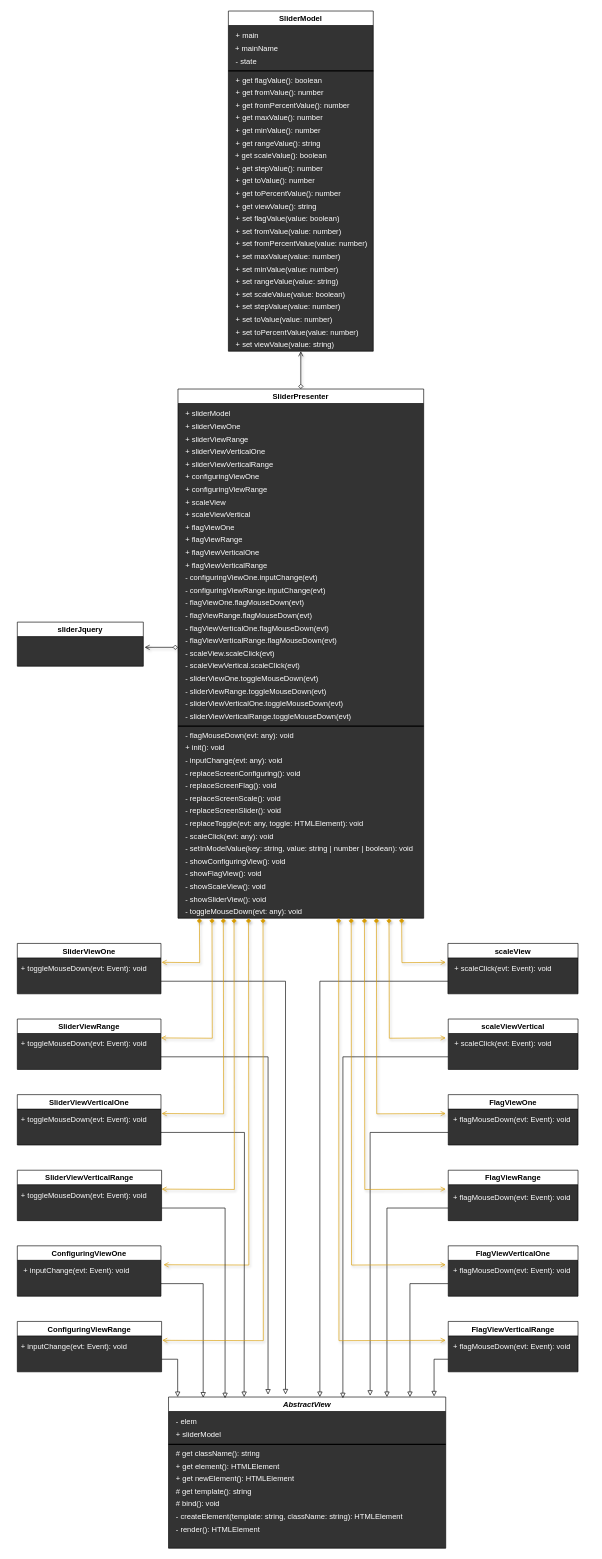
Before: UML.drawio in webproject67/Slider, a draw.io diagram. Source tidied: cells renumbered, new cells numbered last; positions are measured from the earlier drawing's top-left corner, leaving out a move shared by most shapes. Both pictures are drawn from the tidied source at 63%, with x=0, y=0 at pixel (17, 11).
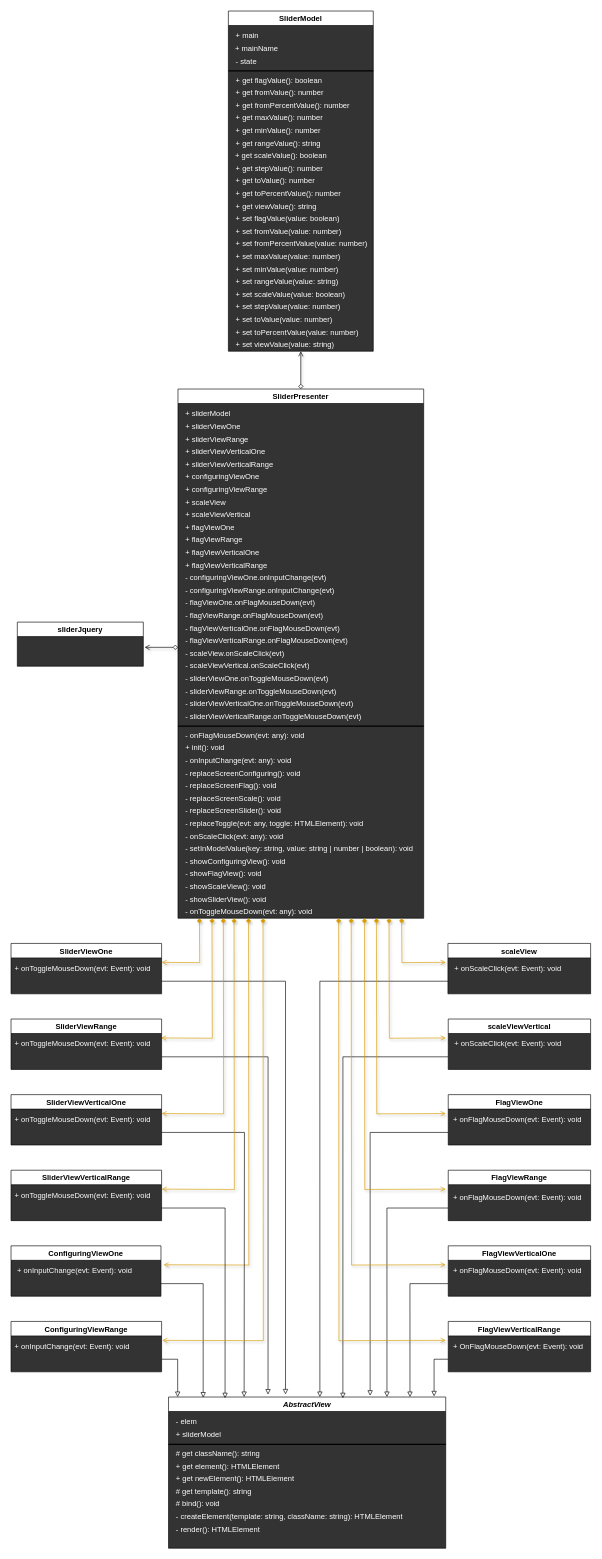
After the change.

The change refers to these unchanged cells:
```xml
<mxCell id="46" value="SliderPresenter" style="swimlane;swimlaneFillColor=#333333;" parent="1" vertex="1">
  <mxGeometry x="255" y="600" width="390" height="840" as="geometry" />
</mxCell>
```

What changed in the source:
```diff
@@
     <mxCell id="43" value="SliderViewOne" style="swimlane;swimlaneFillColor=#333333;" parent="1" vertex="1">
-      <mxGeometry y="1480" width="228" height="80" as="geometry" />
+      <mxGeometry x="-10" y="1480" width="239" height="80" as="geometry" />
     </mxCell>
@@
-    <mxCell id="45" value="&lt;div style=&quot;line-height: 19px&quot;&gt;&lt;font style=&quot;font-size: 12px&quot; color=&quot;#ffffff&quot;&gt;+ toggleMouseDown(evt: Event): void&lt;/font&gt;&lt;/div&gt;" style="text;html=1;align=left;verticalAlign=middle;" parent="43" vertex="1">
-      <mxGeometry x="4" y="30" width="220" height="20" as="geometry" />
+    <mxCell id="45" value="&lt;div style=&quot;line-height: 19px&quot;&gt;&lt;font style=&quot;font-size: 12px&quot; color=&quot;#ffffff&quot;&gt;+ onToggleMouseDown(evt: Event): void&lt;/font&gt;&lt;/div&gt;" style="text;html=1;align=left;verticalAlign=middle;" parent="43" vertex="1">
+      <mxGeometry x="4" y="30" width="230" height="20" as="geometry" />
     </mxCell>
@@
-    <mxCell id="65" value="&lt;div style=&quot;line-height: 19px&quot;&gt;&lt;font style=&quot;font-size: 12px&quot; color=&quot;#ffffff&quot;&gt;- sliderViewOne.toggleMouseDown(evt)&lt;/font&gt;&lt;/div&gt;" style="text;html=1;align=left;verticalAlign=middle;" parent="46" vertex="1">
-      <mxGeometry x="10" y="450" width="230" height="20" as="geometry" />
+    <mxCell id="65" value="&lt;div style=&quot;line-height: 19px&quot;&gt;&lt;font style=&quot;font-size: 12px&quot; color=&quot;#ffffff&quot;&gt;- sliderViewOne.onToggleMouseDown(evt)&lt;/font&gt;&lt;/div&gt;" style="text;html=1;align=left;verticalAlign=middle;" parent="46" vertex="1">
+      <mxGeometry x="10" y="450" width="240" height="20" as="geometry" />
     </mxCell>
-    <mxCell id="66" value="&lt;div style=&quot;line-height: 19px&quot;&gt;&lt;font style=&quot;font-size: 12px&quot; color=&quot;#ffffff&quot;&gt;- sliderViewRange.toggleMouseDown(evt)&lt;/font&gt;&lt;/div&gt;" style="text;html=1;align=left;verticalAlign=middle;" parent="46" vertex="1">
-      <mxGeometry x="10" y="470" width="240" height="20" as="geometry" />
+    <mxCell id="66" value="&lt;div style=&quot;line-height: 19px&quot;&gt;&lt;font style=&quot;font-size: 12px&quot; color=&quot;#ffffff&quot;&gt;- sliderViewRange.onToggleMouseDown(evt)&lt;/font&gt;&lt;/div&gt;" style="text;html=1;align=left;verticalAlign=middle;" parent="46" vertex="1">
+      <mxGeometry x="10" y="470" width="260" height="20" as="geometry" />
     </mxCell>
-    <mxCell id="67" value="&lt;div style=&quot;line-height: 19px&quot;&gt;&lt;font style=&quot;font-size: 12px&quot; color=&quot;#ffffff&quot;&gt;- sliderViewVerticalRange.toggleMouseDown(evt)&lt;/font&gt;&lt;/div&gt;" style="text;html=1;align=left;verticalAlign=middle;" parent="46" vertex="1">
-      <mxGeometry x="10" y="510" width="280" height="20" as="geometry" />
+    <mxCell id="67" value="&lt;div style=&quot;line-height: 19px&quot;&gt;&lt;font style=&quot;font-size: 12px&quot; color=&quot;#ffffff&quot;&gt;- sliderViewVerticalRange.onToggleMouseDown(evt)&lt;/font&gt;&lt;/div&gt;" style="text;html=1;align=left;verticalAlign=middle;" parent="46" vertex="1">
+      <mxGeometry x="10" y="510" width="290" height="20" as="geometry" />
     </mxCell>
-    <mxCell id="68" value="&lt;div style=&quot;line-height: 19px&quot;&gt;&lt;font style=&quot;font-size: 12px&quot; color=&quot;#ffffff&quot;&gt;- sliderViewVerticalOne.toggleMouseDown(evt)&lt;/font&gt;&lt;/div&gt;" style="text;html=1;align=left;verticalAlign=middle;" parent="46" vertex="1">
-      <mxGeometry x="10" y="490" width="270" height="20" as="geometry" />
+    <mxCell id="68" value="&lt;div style=&quot;line-height: 19px&quot;&gt;&lt;font style=&quot;font-size: 12px&quot; color=&quot;#ffffff&quot;&gt;- sliderViewVerticalOne.onToggleMouseDown(evt)&lt;/font&gt;&lt;/div&gt;" style="text;html=1;align=left;verticalAlign=middle;" parent="46" vertex="1">
+      <mxGeometry x="10" y="490" width="280" height="20" as="geometry" />
     </mxCell>
-    <mxCell id="69" value="&lt;div style=&quot;line-height: 19px&quot;&gt;&lt;font style=&quot;font-size: 12px&quot; color=&quot;#ffffff&quot;&gt;- configuringViewOne.inputChange(evt)&lt;/font&gt;&lt;/div&gt;" style="text;html=1;align=left;verticalAlign=middle;" parent="46" vertex="1">
-      <mxGeometry x="10" y="290" width="230" height="20" as="geometry" />
+    <mxCell id="69" value="&lt;div style=&quot;line-height: 19px&quot;&gt;&lt;font style=&quot;font-size: 12px&quot; color=&quot;#ffffff&quot;&gt;- configuringViewOne.onInputChange(evt)&lt;/font&gt;&lt;/div&gt;" style="text;html=1;align=left;verticalAlign=middle;" parent="46" vertex="1">
+      <mxGeometry x="10" y="290" width="240" height="20" as="geometry" />
     </mxCell>
-    <mxCell id="70" value="&lt;div style=&quot;line-height: 19px&quot;&gt;&lt;font style=&quot;font-size: 12px&quot; color=&quot;#ffffff&quot;&gt;- configuringViewRange.inputChange(evt)&lt;/font&gt;&lt;/div&gt;" style="text;html=1;align=left;verticalAlign=middle;" parent="46" vertex="1">
-      <mxGeometry x="10" y="310" width="240" height="20" as="geometry" />
+    <mxCell id="70" value="&lt;div style=&quot;line-height: 19px&quot;&gt;&lt;font style=&quot;font-size: 12px&quot; color=&quot;#ffffff&quot;&gt;- configuringViewRange.onInputChange(evt)&lt;/font&gt;&lt;/div&gt;" style="text;html=1;align=left;verticalAlign=middle;" parent="46" vertex="1">
+      <mxGeometry x="10" y="310" width="250" height="20" as="geometry" />
     </mxCell>
-    <mxCell id="71" value="&lt;div style=&quot;line-height: 19px&quot;&gt;&lt;font style=&quot;font-size: 12px&quot; color=&quot;#ffffff&quot;&gt;- inputChange(evt: any): void&lt;/font&gt;&lt;/div&gt;" style="text;html=1;align=left;verticalAlign=middle;" parent="46" vertex="1">
-      <mxGeometry x="10" y="580" width="170" height="20" as="geometry" />
+    <mxCell id="71" value="&lt;div style=&quot;line-height: 19px&quot;&gt;&lt;font style=&quot;font-size: 12px&quot; color=&quot;#ffffff&quot;&gt;- onInputChange(evt: any): void&lt;/font&gt;&lt;/div&gt;" style="text;html=1;align=left;verticalAlign=middle;" parent="46" vertex="1">
+      <mxGeometry x="10" y="580" width="180" height="20" as="geometry" />
     </mxCell>
-    <mxCell id="72" value="&lt;font color=&quot;#ffffff&quot;&gt;- scaleView.scaleClick(evt)&lt;/font&gt;" style="text;html=1;align=left;verticalAlign=middle;" parent="46" vertex="1">
-      <mxGeometry x="10" y="410" width="160" height="20" as="geometry" />
+    <mxCell id="72" value="&lt;font color=&quot;#ffffff&quot;&gt;- scaleView.onScaleClick(evt)&lt;/font&gt;" style="text;html=1;align=left;verticalAlign=middle;" parent="46" vertex="1">
+      <mxGeometry x="10" y="410" width="170" height="20" as="geometry" />
     </mxCell>
-    <mxCell id="73" value="&lt;font color=&quot;#ffffff&quot;&gt;- scaleViewVertical.scaleClick(evt)&lt;/font&gt;" style="text;html=1;align=left;verticalAlign=middle;" parent="46" vertex="1">
-      <mxGeometry x="10" y="430" width="200" height="20" as="geometry" />
+    <mxCell id="73" value="&lt;font color=&quot;#ffffff&quot;&gt;- scaleViewVertical.onScaleClick(evt)&lt;/font&gt;" style="text;html=1;align=left;verticalAlign=middle;" parent="46" vertex="1">
+      <mxGeometry x="10" y="430" width="210" height="20" as="geometry" />
     </mxCell>
-    <mxCell id="74" value="&lt;div style=&quot;line-height: 19px&quot;&gt;&lt;font style=&quot;font-size: 12px&quot; color=&quot;#ffffff&quot;&gt;- flagViewOne.flagMouseDown(evt)&lt;/font&gt;&lt;/div&gt;" style="text;html=1;align=left;verticalAlign=middle;" parent="46" vertex="1">
-      <mxGeometry x="10" y="330" width="200" height="20" as="geometry" />
+    <mxCell id="74" value="&lt;div style=&quot;line-height: 19px&quot;&gt;&lt;font style=&quot;font-size: 12px&quot; color=&quot;#ffffff&quot;&gt;- flagViewOne.onFlagMouseDown(evt)&lt;/font&gt;&lt;/div&gt;" style="text;html=1;align=left;verticalAlign=middle;" parent="46" vertex="1">
+      <mxGeometry x="10" y="330" width="220" height="20" as="geometry" />
     </mxCell>
-    <mxCell id="75" value="&lt;div style=&quot;line-height: 19px&quot;&gt;&lt;font style=&quot;font-size: 12px&quot; color=&quot;#ffffff&quot;&gt;- flagViewRange.flagMouseDown(evt)&lt;/font&gt;&lt;/div&gt;" style="text;html=1;align=left;verticalAlign=middle;" parent="46" vertex="1">
-      <mxGeometry x="10" y="350" width="220" height="20" as="geometry" />
+    <mxCell id="75" value="&lt;div style=&quot;line-height: 19px&quot;&gt;&lt;font style=&quot;font-size: 12px&quot; color=&quot;#ffffff&quot;&gt;- flagViewRange.onFlagMouseDown(evt)&lt;/font&gt;&lt;/div&gt;" style="text;html=1;align=left;verticalAlign=middle;" parent="46" vertex="1">
+      <mxGeometry x="10" y="350" width="230" height="20" as="geometry" />
     </mxCell>
-    <mxCell id="76" value="&lt;div style=&quot;line-height: 19px&quot;&gt;&lt;font style=&quot;font-size: 12px&quot; color=&quot;#ffffff&quot;&gt;- flagViewVerticalRange.flagMouseDown(evt)&lt;/font&gt;&lt;/div&gt;" style="text;html=1;align=left;verticalAlign=middle;" parent="46" vertex="1">
-      <mxGeometry x="10" y="390" width="260" height="20" as="geometry" />
+    <mxCell id="76" value="&lt;div style=&quot;line-height: 19px&quot;&gt;&lt;font style=&quot;font-size: 12px&quot; color=&quot;#ffffff&quot;&gt;- flagViewVerticalRange.onFlagMouseDown(evt)&lt;/font&gt;&lt;/div&gt;" style="text;html=1;align=left;verticalAlign=middle;" parent="46" vertex="1">
+      <mxGeometry x="10" y="390" width="270" height="20" as="geometry" />
     </mxCell>
-    <mxCell id="77" value="&lt;div style=&quot;line-height: 19px&quot;&gt;&lt;font style=&quot;font-size: 12px&quot; color=&quot;#ffffff&quot;&gt;- flagViewVerticalOne.flagMouseDown(evt)&lt;/font&gt;&lt;/div&gt;" style="text;html=1;align=left;verticalAlign=middle;" parent="46" vertex="1">
-      <mxGeometry x="10" y="370" width="240" height="20" as="geometry" />
+    <mxCell id="77" value="&lt;div style=&quot;line-height: 19px&quot;&gt;&lt;font style=&quot;font-size: 12px&quot; color=&quot;#ffffff&quot;&gt;- flagViewVerticalOne.onFlagMouseDown(evt)&lt;/font&gt;&lt;/div&gt;" style="text;html=1;align=left;verticalAlign=middle;" parent="46" vertex="1">
+      <mxGeometry x="10" y="370" width="260" height="20" as="geometry" />
     </mxCell>
@@
-    <mxCell id="80" value="&lt;div style=&quot;line-height: 19px&quot;&gt;&lt;font style=&quot;font-size: 12px&quot; color=&quot;#ffffff&quot;&gt;- flagMouseDown(evt: any&lt;/font&gt;&lt;span style=&quot;color: rgb(255 , 255 , 255)&quot;&gt;): void&lt;/span&gt;&lt;/div&gt;" style="text;html=1;align=left;verticalAlign=middle;" parent="46" vertex="1">
-      <mxGeometry x="10" y="540" width="190" height="20" as="geometry" />
+    <mxCell id="80" value="&lt;div style=&quot;line-height: 19px&quot;&gt;&lt;font style=&quot;font-size: 12px&quot; color=&quot;#ffffff&quot;&gt;- onFlagMouseDown(evt: any&lt;/font&gt;&lt;span style=&quot;color: rgb(255 , 255 , 255)&quot;&gt;): void&lt;/span&gt;&lt;/div&gt;" style="text;html=1;align=left;verticalAlign=middle;" parent="46" vertex="1">
+      <mxGeometry x="10" y="540" width="200" height="20" as="geometry" />
     </mxCell>
@@
-    <mxCell id="85" value="&lt;div style=&quot;line-height: 19px&quot;&gt;&lt;font style=&quot;font-size: 12px&quot; color=&quot;#ffffff&quot;&gt;- scaleClick(evt: any): void&lt;/font&gt;&lt;/div&gt;" style="text;html=1;align=left;verticalAlign=middle;" parent="46" vertex="1">
-      <mxGeometry x="10" y="700" width="160" height="20" as="geometry" />
+    <mxCell id="85" value="&lt;div style=&quot;line-height: 19px&quot;&gt;&lt;font style=&quot;font-size: 12px&quot; color=&quot;#ffffff&quot;&gt;- onScaleClick(evt: any): void&lt;/font&gt;&lt;/div&gt;" style="text;html=1;align=left;verticalAlign=middle;" parent="46" vertex="1">
+      <mxGeometry x="10" y="700" width="170" height="20" as="geometry" />
     </mxCell>
-    <mxCell id="86" value="&lt;div style=&quot;line-height: 19px&quot;&gt;&lt;font style=&quot;font-size: 12px&quot; color=&quot;#ffffff&quot;&gt;- toggleMouseDown(evt: any&lt;/font&gt;&lt;span style=&quot;color: rgb(255 , 255 , 255)&quot;&gt;): void&lt;/span&gt;&lt;/div&gt;" style="text;html=1;align=left;verticalAlign=middle;" parent="46" vertex="1">
-      <mxGeometry x="10" y="820" width="200" height="20" as="geometry" />
+    <mxCell id="86" value="&lt;div style=&quot;line-height: 19px&quot;&gt;&lt;font style=&quot;font-size: 12px&quot; color=&quot;#ffffff&quot;&gt;- onToggleMouseDown(evt: any&lt;/font&gt;&lt;span style=&quot;color: rgb(255 , 255 , 255)&quot;&gt;): void&lt;/span&gt;&lt;/div&gt;" style="text;html=1;align=left;verticalAlign=middle;" parent="46" vertex="1">
+      <mxGeometry x="10" y="820" width="220" height="20" as="geometry" />
     </mxCell>
@@
     <mxCell id="90" value="ConfiguringViewOne" style="swimlane;swimlaneFillColor=#333333;" parent="1" vertex="1">
-      <mxGeometry y="1960" width="228" height="80" as="geometry" />
+      <mxGeometry x="-10" y="1960" width="238" height="80" as="geometry" />
     </mxCell>
@@
-    <mxCell id="92" value="&lt;div style=&quot;line-height: 19px&quot;&gt;&lt;font style=&quot;font-size: 12px&quot; color=&quot;#ffffff&quot;&gt;+ inputChange(evt: Event): void&lt;/font&gt;&lt;/div&gt;" style="text;html=1;align=left;verticalAlign=middle;" parent="90" vertex="1">
-      <mxGeometry x="8" y="30" width="180" height="20" as="geometry" />
+    <mxCell id="92" value="&lt;div style=&quot;line-height: 19px&quot;&gt;&lt;font style=&quot;font-size: 12px&quot; color=&quot;#ffffff&quot;&gt;+ onInputChange(evt: Event): void&lt;/font&gt;&lt;/div&gt;" style="text;html=1;align=left;verticalAlign=middle;" parent="90" vertex="1">
+      <mxGeometry x="8" y="30" width="200" height="20" as="geometry" />
     </mxCell>
@@
     <mxCell id="95" value="scaleView" style="swimlane;swimlaneFillColor=#333333;" parent="1" vertex="1">
-      <mxGeometry x="683.5" y="1480" width="206.5" height="80" as="geometry" />
+      <mxGeometry x="683.5" y="1480" width="226.5" height="80" as="geometry" />
     </mxCell>
@@
-    <mxCell id="98" value="&lt;div style=&quot;line-height: 19px&quot;&gt;&lt;font style=&quot;font-size: 12px&quot; color=&quot;#ffffff&quot;&gt;+ scaleClick(evt: Event): void&lt;/font&gt;&lt;/div&gt;" style="text;html=1;align=left;verticalAlign=middle;" parent="95" vertex="1">
-      <mxGeometry x="8" y="30" width="170" height="20" as="geometry" />
+    <mxCell id="98" value="&lt;div style=&quot;line-height: 19px&quot;&gt;&lt;font style=&quot;font-size: 12px&quot; color=&quot;#ffffff&quot;&gt;+ onScaleClick(evt: Event): void&lt;/font&gt;&lt;/div&gt;" style="text;html=1;align=left;verticalAlign=middle;" parent="95" vertex="1">
+      <mxGeometry x="8" y="30" width="190" height="20" as="geometry" />
     </mxCell>
@@
     <mxCell id="101" value="scaleViewVertical" style="swimlane;swimlaneFillColor=#333333;" parent="1" vertex="1">
-      <mxGeometry x="684" y="1600" width="206" height="80" as="geometry" />
+      <mxGeometry x="684" y="1600" width="226" height="80" as="geometry" />
     </mxCell>
@@
-    <mxCell id="103" value="&lt;div style=&quot;line-height: 19px&quot;&gt;&lt;font style=&quot;font-size: 12px&quot; color=&quot;#ffffff&quot;&gt;+ scaleClick(evt: Event): void&lt;/font&gt;&lt;/div&gt;" style="text;html=1;align=left;verticalAlign=middle;" parent="101" vertex="1">
-      <mxGeometry x="8" y="30" width="170" height="20" as="geometry" />
+    <mxCell id="103" value="&lt;div style=&quot;line-height: 19px&quot;&gt;&lt;font style=&quot;font-size: 12px&quot; color=&quot;#ffffff&quot;&gt;+ onScaleClick(evt: Event): void&lt;/font&gt;&lt;/div&gt;" style="text;html=1;align=left;verticalAlign=middle;" parent="101" vertex="1">
+      <mxGeometry x="8" y="30" width="190" height="20" as="geometry" />
     </mxCell>
@@
     <mxCell id="106" value="FlagViewOne" style="swimlane;swimlaneFillColor=#333333;" parent="1" vertex="1">
-      <mxGeometry x="684" y="1720" width="206" height="80" as="geometry" />
+      <mxGeometry x="684" y="1720" width="226" height="80" as="geometry" />
     </mxCell>
@@
-    <mxCell id="108" value="&lt;div style=&quot;line-height: 19px&quot;&gt;&lt;font style=&quot;font-size: 12px&quot; color=&quot;#ffffff&quot;&gt;+ flagMouseDown(evt: Event): void&lt;/font&gt;&lt;/div&gt;" style="text;html=1;align=left;verticalAlign=middle;" parent="106" vertex="1">
-      <mxGeometry x="6" y="30" width="200" height="20" as="geometry" />
+    <mxCell id="108" value="&lt;div style=&quot;line-height: 19px&quot;&gt;&lt;font style=&quot;font-size: 12px&quot; color=&quot;#ffffff&quot;&gt;+ onFlagMouseDown(evt: Event): void&lt;/font&gt;&lt;/div&gt;" style="text;html=1;align=left;verticalAlign=middle;" parent="106" vertex="1">
+      <mxGeometry x="6" y="30" width="220" height="20" as="geometry" />
     </mxCell>
@@
     <mxCell id="111" value="FlagViewRange" style="swimlane;swimlaneFillColor=#333333;" parent="1" vertex="1">
-      <mxGeometry x="684" y="1840" width="206" height="80" as="geometry" />
+      <mxGeometry x="684" y="1840" width="226" height="80" as="geometry" />
     </mxCell>
@@
-    <mxCell id="113" value="&lt;div style=&quot;line-height: 19px&quot;&gt;&lt;font style=&quot;font-size: 12px&quot; color=&quot;#ffffff&quot;&gt;+ flagMouseDown(evt: Event): void&lt;/font&gt;&lt;/div&gt;" style="text;html=1;align=left;verticalAlign=middle;" parent="111" vertex="1">
-      <mxGeometry x="6" y="34" width="200" height="20" as="geometry" />
+    <mxCell id="113" value="&lt;div style=&quot;line-height: 19px&quot;&gt;&lt;font style=&quot;font-size: 12px&quot; color=&quot;#ffffff&quot;&gt;+ onFlagMouseDown(evt: Event): void&lt;/font&gt;&lt;/div&gt;" style="text;html=1;align=left;verticalAlign=middle;" parent="111" vertex="1">
+      <mxGeometry x="6" y="34" width="220" height="20" as="geometry" />
     </mxCell>
@@
     <mxCell id="116" value="FlagViewVerticalOne" style="swimlane;swimlaneFillColor=#333333;" parent="1" vertex="1">
-      <mxGeometry x="684" y="1960" width="206" height="80" as="geometry" />
+      <mxGeometry x="684" y="1960" width="226" height="80" as="geometry" />
     </mxCell>
@@
-    <mxCell id="118" value="&lt;div style=&quot;line-height: 19px&quot;&gt;&lt;font style=&quot;font-size: 12px&quot; color=&quot;#ffffff&quot;&gt;+ flagMouseDown(evt: Event): void&lt;/font&gt;&lt;/div&gt;" style="text;html=1;align=left;verticalAlign=middle;" parent="116" vertex="1">
-      <mxGeometry x="6" y="30" width="200" height="20" as="geometry" />
+    <mxCell id="118" value="&lt;div style=&quot;line-height: 19px&quot;&gt;&lt;font style=&quot;font-size: 12px&quot; color=&quot;#ffffff&quot;&gt;+ onFlagMouseDown(evt: Event): void&lt;/font&gt;&lt;/div&gt;" style="text;html=1;align=left;verticalAlign=middle;" parent="116" vertex="1">
+      <mxGeometry x="6" y="30" width="220" height="20" as="geometry" />
     </mxCell>
@@
     <mxCell id="121" value="FlagViewVerticalRange" style="swimlane;swimlaneFillColor=#333333;" parent="1" vertex="1">
-      <mxGeometry x="684" y="2080" width="206" height="80" as="geometry" />
+      <mxGeometry x="684" y="2080" width="226" height="80" as="geometry" />
     </mxCell>
@@
-    <mxCell id="123" value="&lt;div style=&quot;line-height: 19px&quot;&gt;&lt;font style=&quot;font-size: 12px&quot; color=&quot;#ffffff&quot;&gt;+ flagMouseDown(evt: Event): void&lt;/font&gt;&lt;/div&gt;" style="text;html=1;align=left;verticalAlign=middle;" parent="121" vertex="1">
-      <mxGeometry x="6" y="30" width="200" height="20" as="geometry" />
+    <mxCell id="123" value="&lt;div style=&quot;line-height: 19px&quot;&gt;&lt;font style=&quot;font-size: 12px&quot; color=&quot;#ffffff&quot;&gt;+ OnFlagMouseDown(evt: Event): void&lt;/font&gt;&lt;/div&gt;" style="text;html=1;align=left;verticalAlign=middle;" parent="121" vertex="1">
+      <mxGeometry x="6" y="30" width="220" height="20" as="geometry" />
     </mxCell>
@@
     <mxCell id="126" value="SliderViewRange" style="swimlane;swimlaneFillColor=#333333;" parent="1" vertex="1">
-      <mxGeometry y="1600" width="228" height="80" as="geometry" />
+      <mxGeometry x="-10" y="1600" width="239" height="80" as="geometry" />
     </mxCell>
@@
-    <mxCell id="128" value="&lt;div style=&quot;line-height: 19px&quot;&gt;&lt;font style=&quot;font-size: 12px&quot; color=&quot;#ffffff&quot;&gt;+ toggleMouseDown(evt: Event): void&lt;/font&gt;&lt;/div&gt;" style="text;html=1;align=left;verticalAlign=middle;" parent="126" vertex="1">
-      <mxGeometry x="4" y="30" width="220" height="20" as="geometry" />
+    <mxCell id="128" value="&lt;div style=&quot;line-height: 19px&quot;&gt;&lt;font style=&quot;font-size: 12px&quot; color=&quot;#ffffff&quot;&gt;+ onToggleMouseDown(evt: Event): void&lt;/font&gt;&lt;/div&gt;" style="text;html=1;align=left;verticalAlign=middle;" parent="126" vertex="1">
+      <mxGeometry x="4" y="30" width="230" height="20" as="geometry" />
     </mxCell>
@@
     <mxCell id="131" value="SliderViewVerticalOne" style="swimlane;swimlaneFillColor=#333333;" parent="1" vertex="1">
-      <mxGeometry y="1720" width="228" height="80" as="geometry" />
+      <mxGeometry x="-10" y="1720" width="239" height="80" as="geometry" />
     </mxCell>
@@
-    <mxCell id="134" value="&lt;div style=&quot;line-height: 19px&quot;&gt;&lt;font style=&quot;font-size: 12px&quot; color=&quot;#ffffff&quot;&gt;+ toggleMouseDown(evt: Event): void&lt;/font&gt;&lt;/div&gt;" style="text;html=1;align=left;verticalAlign=middle;" parent="131" vertex="1">
-      <mxGeometry x="4" y="30" width="220" height="20" as="geometry" />
+    <mxCell id="134" value="&lt;div style=&quot;line-height: 19px&quot;&gt;&lt;font style=&quot;font-size: 12px&quot; color=&quot;#ffffff&quot;&gt;+ onToggleMouseDown(evt: Event): void&lt;/font&gt;&lt;/div&gt;" style="text;html=1;align=left;verticalAlign=middle;" parent="131" vertex="1">
+      <mxGeometry x="4" y="30" width="230" height="20" as="geometry" />
     </mxCell>
@@
     <mxCell id="137" value="SliderViewVerticalRange" style="swimlane;swimlaneFillColor=#333333;" parent="1" vertex="1">
-      <mxGeometry y="1840" width="229" height="80" as="geometry" />
+      <mxGeometry x="-10" y="1840" width="239" height="80" as="geometry" />
     </mxCell>
@@
-    <mxCell id="139" value="&lt;div style=&quot;line-height: 19px&quot;&gt;&lt;font style=&quot;font-size: 12px&quot; color=&quot;#ffffff&quot;&gt;+ toggleMouseDown(evt: Event): void&lt;/font&gt;&lt;/div&gt;" style="text;html=1;align=left;verticalAlign=middle;" parent="137" vertex="1">
-      <mxGeometry x="4" y="30" width="220" height="20" as="geometry" />
+    <mxCell id="139" value="&lt;div style=&quot;line-height: 19px&quot;&gt;&lt;font style=&quot;font-size: 12px&quot; color=&quot;#ffffff&quot;&gt;+ onToggleMouseDown(evt: Event): void&lt;/font&gt;&lt;/div&gt;" style="text;html=1;align=left;verticalAlign=middle;" parent="137" vertex="1">
+      <mxGeometry x="4" y="30" width="230" height="20" as="geometry" />
     </mxCell>
@@
     <mxCell id="142" value="ConfiguringViewRange" style="swimlane;swimlaneFillColor=#333333;" parent="1" vertex="1">
-      <mxGeometry y="2080" width="229" height="80" as="geometry" />
+      <mxGeometry x="-10" y="2080" width="239" height="80" as="geometry" />
     </mxCell>
@@
-    <mxCell id="144" value="&lt;div style=&quot;line-height: 19px&quot;&gt;&lt;font style=&quot;font-size: 12px&quot; color=&quot;#ffffff&quot;&gt;+ inputChange(evt: Event): void&lt;/font&gt;&lt;/div&gt;" style="text;html=1;align=left;verticalAlign=middle;" parent="142" vertex="1">
-      <mxGeometry x="4" y="30" width="180" height="20" as="geometry" />
+    <mxCell id="144" value="&lt;div style=&quot;line-height: 19px&quot;&gt;&lt;font style=&quot;font-size: 12px&quot; color=&quot;#ffffff&quot;&gt;+ onInputChange(evt: Event): void&lt;/font&gt;&lt;/div&gt;" style="text;html=1;align=left;verticalAlign=middle;" parent="142" vertex="1">
+      <mxGeometry x="4" y="30" width="200" height="20" as="geometry" />
     </mxCell>
```
